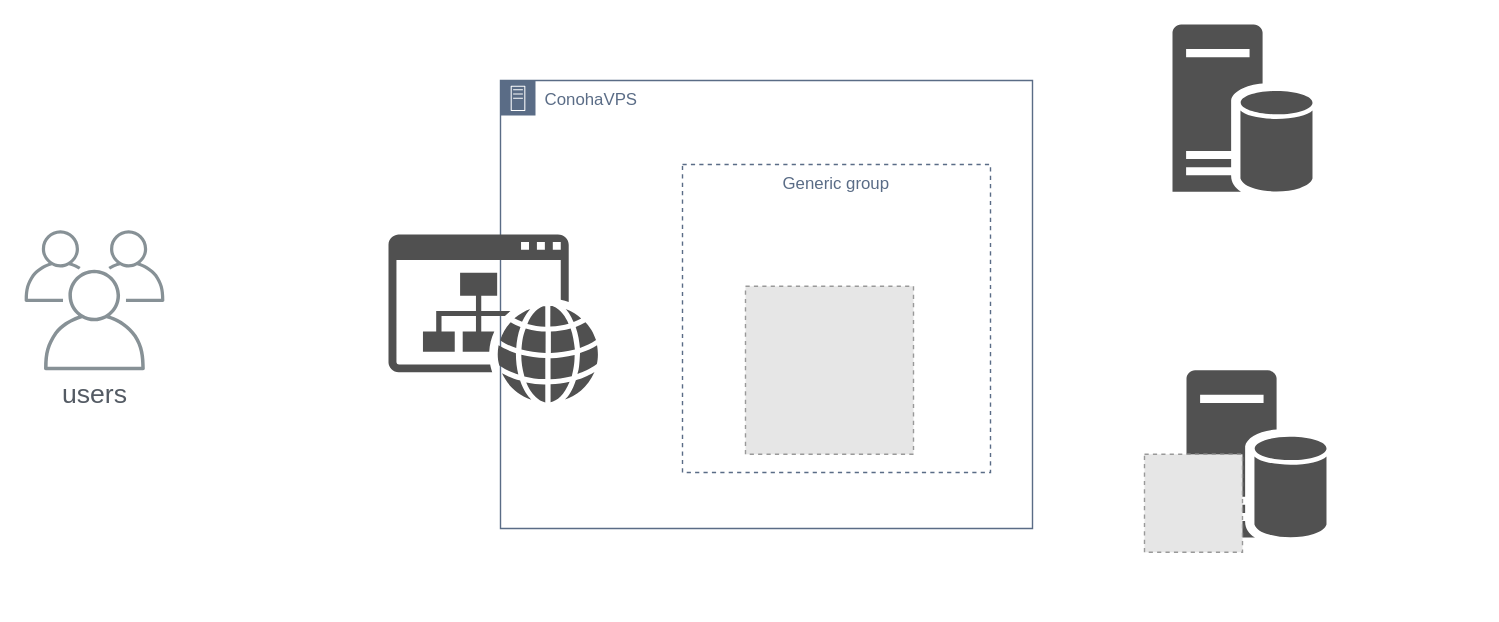
Above: Untitled Diagram.drawio in THEToilet/Intramural-Programming-Rankings (draw.io), before the change. Source tidied: cells renumbered, new cells numbered last; positions are measured from the earlier drawing's top-left corner, leaving out a move shared by most shapes. Both pictures are drawn from the tidied source at 140%, with x=0, y=0 at pixel (24, 24). Pictures stored in the file or linked from it are replaced by grey dashed boxes.
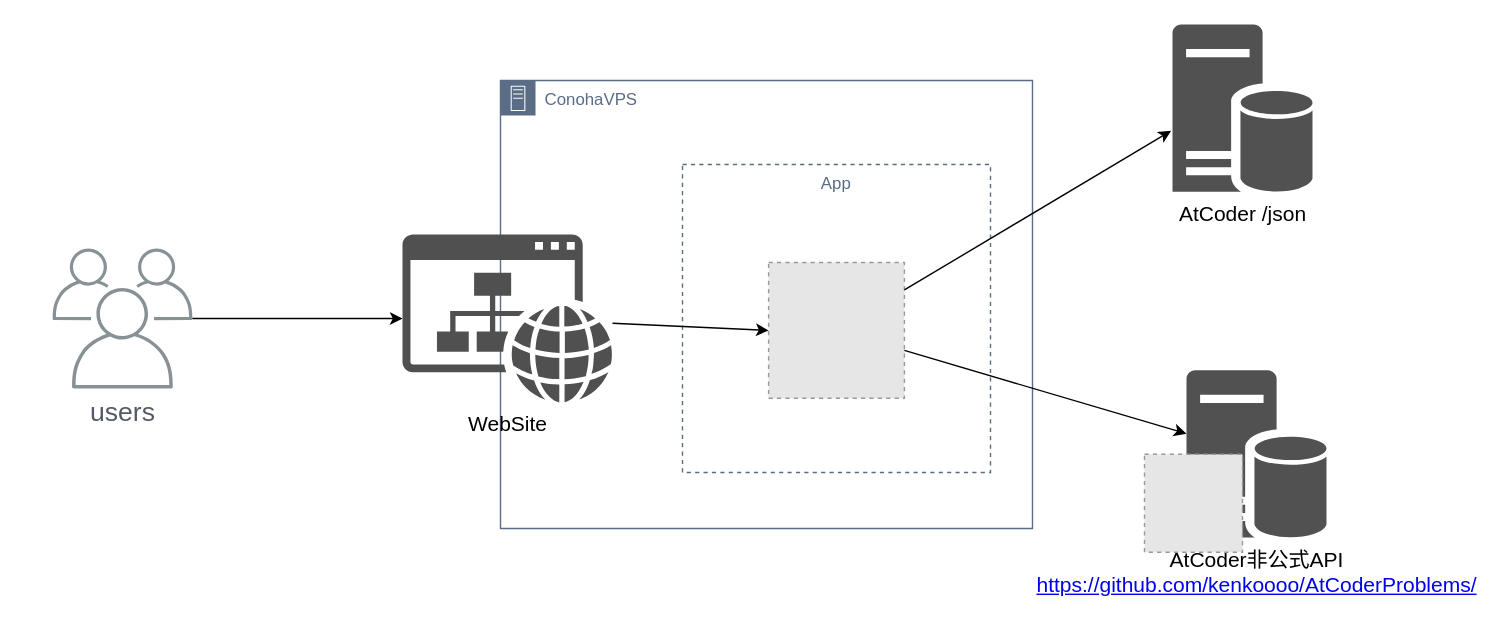
Above is the later version.

Change to the diagram source:
```diff
@@
 <mxGraphModel>
   <root>
     <mxCell id="0" />
     <mxCell id="1" parent="0" />
     <mxCell id="2" value="ConohaVPS" style="gradientColor=none;html=1;whiteSpace=wrap;fontSize=12;fontStyle=0;shape=mxgraph.aws4.group;grIcon=mxgraph.aws4.group_on_premise;strokeColor=#5A6C86;fillColor=none;verticalAlign=top;align=left;spacingLeft=30;fontColor=#5A6C86;dashed=0;" parent="1" vertex="1">
       <mxGeometry x="340" y="40" width="380" height="320" as="geometry" />
     </mxCell>
-    <mxCell id="3" value="Generic group" style="fillColor=none;strokeColor=#5A6C86;dashed=1;verticalAlign=top;fontStyle=0;fontColor=#5A6C86;" parent="1" vertex="1">
+    <mxCell id="3" value="App" style="fillColor=none;strokeColor=#5A6C86;dashed=1;verticalAlign=top;fontStyle=0;fontColor=#5A6C86;" parent="1" vertex="1">
       <mxGeometry x="470" y="100" width="220" height="220" as="geometry" />
     </mxCell>
     <mxCell id="4" value="users" style="outlineConnect=0;gradientColor=none;fontColor=#545B64;strokeColor=none;fillColor=#879196;dashed=0;verticalLabelPosition=bottom;verticalAlign=top;align=center;html=1;fontSize=19;fontStyle=0;shape=mxgraph.aws4.illustration_users;" parent="1" vertex="1">
-      <mxGeometry y="147" width="100" height="100" as="geometry" />
+      <mxGeometry x="20" y="160" width="100" height="100" as="geometry" />
     </mxCell>
     <mxCell id="5" style="fillColor=#E6E6E6;strokeColor=#999999;dashed=1;html=1;verticalAlign=top;verticalLabelPosition=bottom;labelBackgroundColor=#ffffff;" parent="1" vertex="1">
-      <mxGeometry x="515" y="187" width="120" height="120" as="geometry" />
+      <mxGeometry x="531.5" y="170" width="97" height="97" as="geometry" />
     </mxCell>
-    <mxCell id="6" style="shadow=0;dashed=0;html=1;strokeColor=none;labelPosition=center;verticalLabelPosition=bottom;verticalAlign=top;align=center;fillColor=#515151;shape=mxgraph.mscae.enterprise.database_server;" parent="1" vertex="1">
+    <mxCell id="6" value="&lt;font style=&quot;font-size: 15px&quot;&gt;AtCoder /json&lt;/font&gt;" style="shadow=0;dashed=0;html=1;strokeColor=none;labelPosition=center;verticalLabelPosition=bottom;verticalAlign=top;align=center;fillColor=#515151;shape=mxgraph.mscae.enterprise.database_server;" parent="1" vertex="1">
       <mxGeometry x="820" width="100" height="120" as="geometry" />
     </mxCell>
-    <mxCell id="7" style="shadow=0;dashed=0;html=1;strokeColor=none;labelPosition=center;verticalLabelPosition=bottom;verticalAlign=top;align=center;fillColor=#515151;shape=mxgraph.mscae.enterprise.database_server;" parent="1" vertex="1">
+    <mxCell id="7" value="AtCoder非公式API&lt;br style=&quot;font-size: 15px;&quot;&gt;&lt;a href=&quot;https://github.com/kenkoooo/AtCoderProblems/&quot; style=&quot;font-size: 15px;&quot;&gt;https://github.com/kenkoooo/AtCoderProblems/&lt;/a&gt;" style="shadow=0;dashed=0;html=1;strokeColor=none;labelPosition=center;verticalLabelPosition=bottom;verticalAlign=top;align=center;fillColor=#515151;shape=mxgraph.mscae.enterprise.database_server;horizontal=1;fontSize=15;" parent="1" vertex="1">
       <mxGeometry x="830" y="247" width="100" height="120" as="geometry" />
     </mxCell>
     <mxCell id="8" style="fillColor=#E6E6E6;strokeColor=#999999;dashed=1;html=1;verticalAlign=top;verticalLabelPosition=bottom;labelBackgroundColor=#ffffff;" parent="1" vertex="1">
       <mxGeometry x="800" y="307" width="70" height="70" as="geometry" />
     </mxCell>
-    <mxCell id="9" style="shadow=0;dashed=0;html=1;strokeColor=none;fillColor=#505050;labelPosition=center;verticalLabelPosition=bottom;verticalAlign=top;outlineConnect=0;align=center;shape=mxgraph.office.sites.website;" parent="1" vertex="1">
-      <mxGeometry x="260" y="150" width="150" height="120" as="geometry" />
+    <mxCell id="9" value="&lt;font style=&quot;font-size: 15px&quot;&gt;WebSite&lt;/font&gt;" style="shadow=0;dashed=0;html=1;strokeColor=none;fillColor=#505050;labelPosition=center;verticalLabelPosition=bottom;verticalAlign=top;outlineConnect=0;align=center;shape=mxgraph.office.sites.website;" parent="1" vertex="1">
+      <mxGeometry x="270" y="150" width="150" height="120" as="geometry" />
     </mxCell>
+    <mxCell id="10" style="endArrow=classic;html=1;fontSize=15;" parent="1" edge="1" source="4" target="9">
+      <mxGeometry relative="1" as="geometry" />
+    </mxCell>
+    <mxCell id="11" style="endArrow=classic;html=1;fontSize=15;entryX=-0.01;entryY=0.633;entryDx=0;entryDy=0;entryPerimeter=0;" parent="1" edge="1" source="5" target="6">
+      <mxGeometry relative="1" as="geometry" />
+    </mxCell>
+    <mxCell id="12" style="endArrow=classic;html=1;fontSize=15;" parent="1" edge="1" source="5" target="7">
+      <mxGeometry relative="1" as="geometry" />
+    </mxCell>
+    <mxCell id="13" style="endArrow=classic;html=1;fontSize=15;entryX=0;entryY=0.5;entryDx=0;entryDy=0;" parent="1" edge="1" source="9" target="5">
+      <mxGeometry relative="1" as="geometry" />
+    </mxCell>
   </root>
 </mxGraphModel>
```
